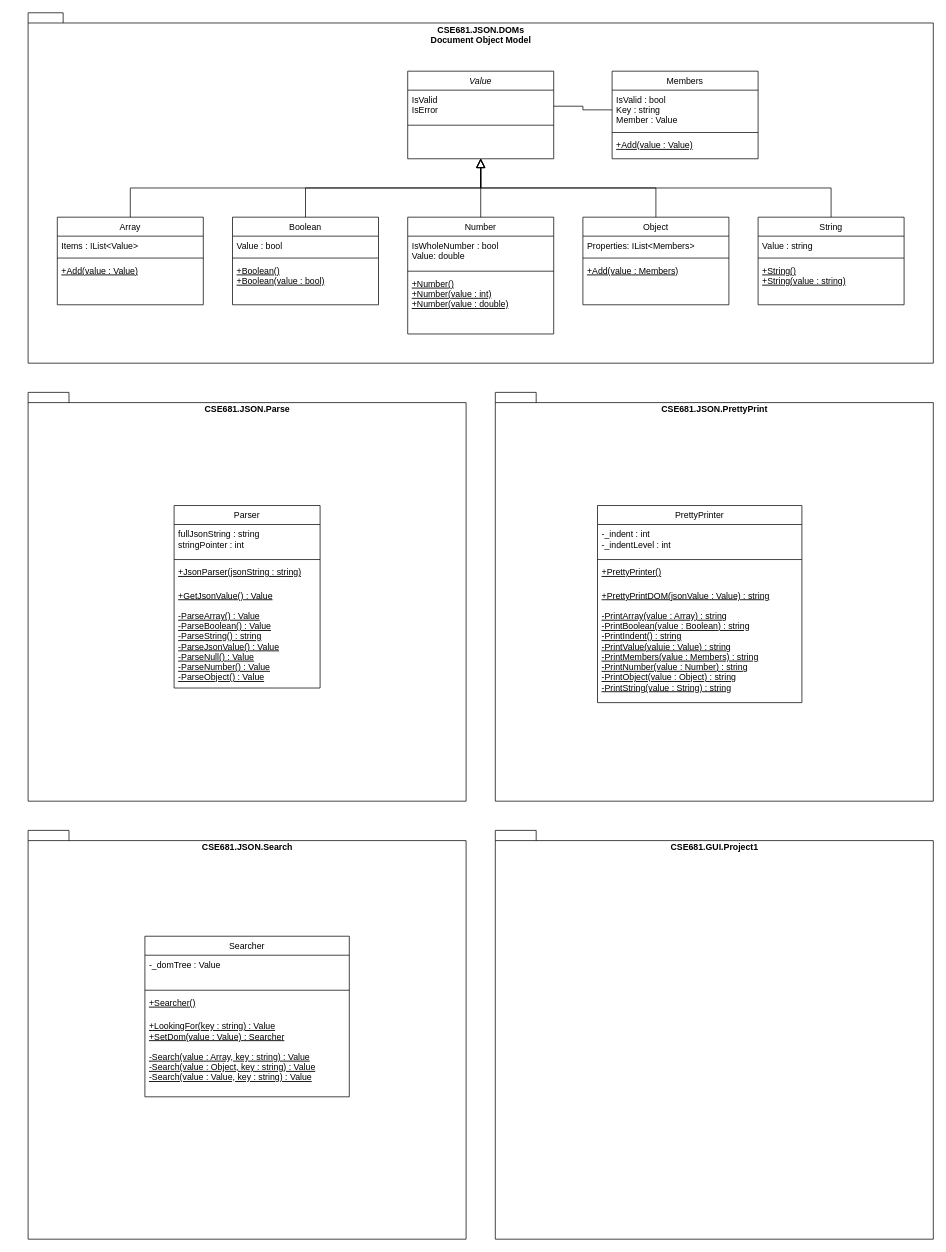
Above: CSE 681 - Project 1 - Patrick McDougle - Package Class Diagram - DOM.drawio in PatrickMcDougle/CSE681 (draw.io), before the change. Source tidied: cells renumbered, new cells numbered last; positions are measured from the earlier drawing's top-left corner, leaving out a move shared by most shapes. Both pictures are drawn from the tidied source at 73%, with x=0, y=0 at pixel (28, 12).
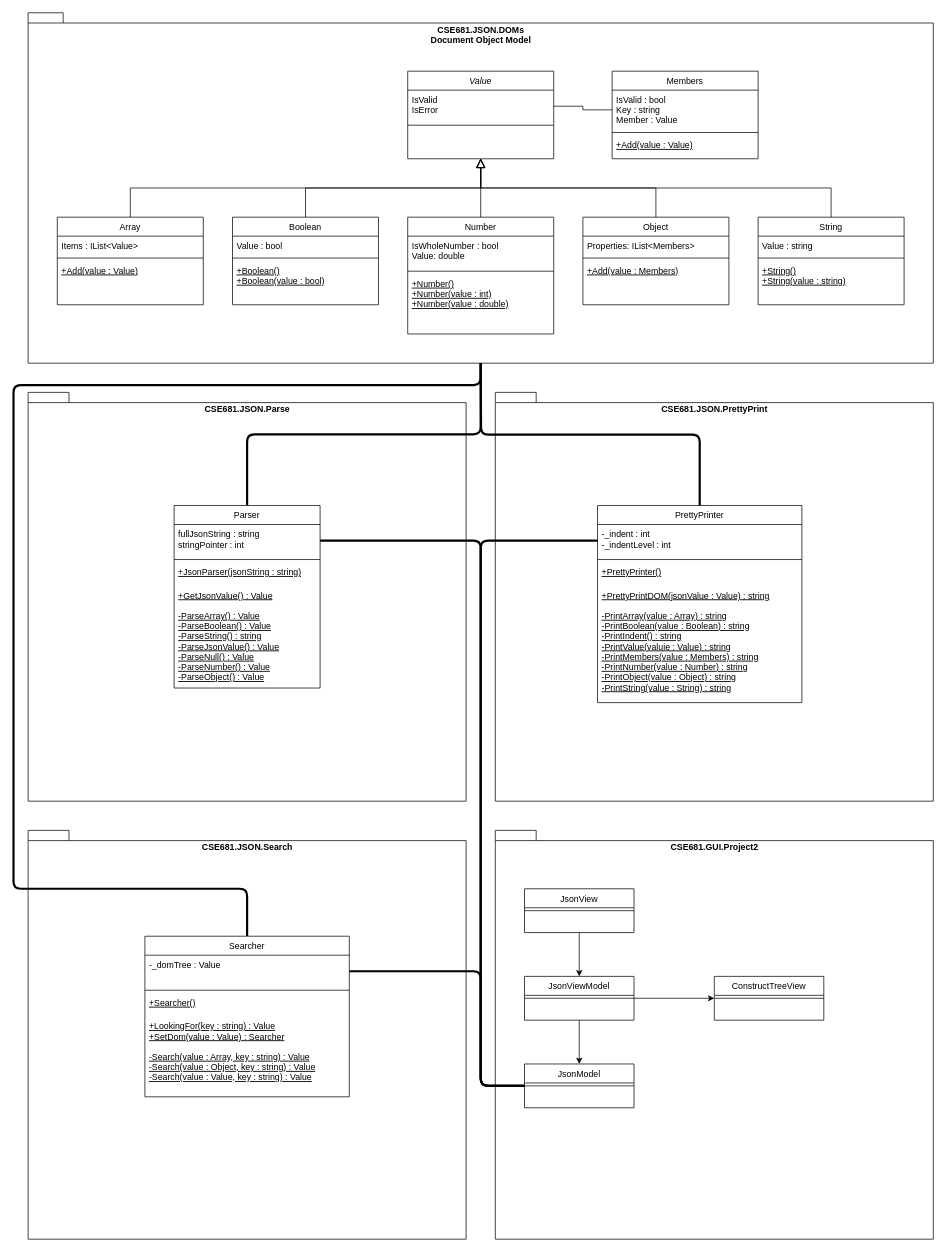
The same page after the edit.

The change refers to these unchanged cells:
```xml
<mxCell id="2" value="CSE681.JSON.DOMs&lt;div&gt;&lt;span&gt;Document Object Model&lt;/span&gt;&lt;/div&gt;" style="shape=folder;fontStyle=1;spacingTop=10;tabWidth=40;tabHeight=14;tabPosition=left;html=1;align=center;horizontal=1;verticalAlign=top;" parent="1" vertex="1">
  <mxGeometry width="1240" height="480" as="geometry" />
</mxCell>
<mxCell id="37" value="Parser" style="swimlane;fontStyle=0;align=center;verticalAlign=top;horizontal=1;startSize=26;rounded=0;shadow=0;strokeWidth=1;" parent="1" vertex="1">
  <mxGeometry x="200" y="675" width="200" height="250" as="geometry" />
</mxCell>
<mxCell id="38" value="fullJsonString : string&#10;stringPointer : int" style="text;align=left;verticalAlign=top;spacingLeft=4;spacingRight=4;overflow=hidden;points=[[0,0.5],[1,0.5]];portConstraint=eastwest;" parent="37" vertex="1">
  <mxGeometry y="26" width="200" height="44" as="geometry" />
</mxCell>
<mxCell id="43" value="PrettyPrinter" style="swimlane;fontStyle=0;align=center;verticalAlign=top;horizontal=1;startSize=26;rounded=0;shadow=0;strokeWidth=1;" parent="1" vertex="1">
  <mxGeometry x="780" y="675" width="280" height="270" as="geometry" />
</mxCell>
<mxCell id="44" value="-_indent : int&#10;-_indentLevel : int" style="text;align=left;verticalAlign=top;spacingLeft=4;spacingRight=4;overflow=hidden;points=[[0,0.5],[1,0.5]];portConstraint=eastwest;" parent="43" vertex="1">
  <mxGeometry y="26" width="280" height="44" as="geometry" />
</mxCell>
<mxCell id="50" value="Searcher" style="swimlane;fontStyle=0;align=center;verticalAlign=top;horizontal=1;startSize=26;rounded=0;shadow=0;strokeWidth=1;" parent="1" vertex="1">
  <mxGeometry x="160" y="1265" width="280" height="220" as="geometry" />
</mxCell>
<mxCell id="51" value="-_domTree : Value" style="text;align=left;verticalAlign=top;spacingLeft=4;spacingRight=4;overflow=hidden;points=[[0,0.5],[1,0.5]];portConstraint=eastwest;" parent="50" vertex="1">
  <mxGeometry y="26" width="280" height="44" as="geometry" />
</mxCell>
```

The edit, as a diff of the source:
```diff
@@
+    <mxCell id="55" style="edgeStyle=orthogonalEdgeStyle;rounded=1;jumpSize=10;jettySize=auto;html=1;exitX=0.5;exitY=0;exitDx=0;exitDy=0;entryX=0.5;entryY=1;entryDx=0;entryDy=0;entryPerimeter=0;endArrow=none;endFill=0;endSize=6;strokeWidth=3;" parent="1" edge="1" source="37" target="2">
+      <mxGeometry relative="1" as="geometry" />
+    </mxCell>
@@
+    <mxCell id="56" style="edgeStyle=orthogonalEdgeStyle;rounded=1;jumpSize=10;jettySize=auto;html=1;exitX=0.5;exitY=0;exitDx=0;exitDy=0;endArrow=none;endFill=0;endSize=6;strokeWidth=3;" parent="1" edge="1" source="43">
+      <mxGeometry relative="1" as="geometry">
+        <mxPoint x="620" y="480" as="targetPoint" />
+      </mxGeometry>
+    </mxCell>
@@
-    <mxCell id="49" value="CSE681.GUI.Project1" style="shape=folder;fontStyle=1;spacingTop=10;tabWidth=40;tabHeight=14;tabPosition=left;html=1;align=center;horizontal=1;verticalAlign=top;" parent="1" vertex="1">
+    <mxCell id="49" value="CSE681.GUI.Project2" style="shape=folder;fontStyle=1;spacingTop=10;tabWidth=40;tabHeight=14;tabPosition=left;html=1;align=center;horizontal=1;verticalAlign=top;" parent="1" vertex="1">
       <mxGeometry x="640" y="1120" width="600" height="560" as="geometry" />
     </mxCell>
+    <mxCell id="57" style="edgeStyle=orthogonalEdgeStyle;rounded=1;jumpSize=10;jettySize=auto;html=1;exitX=0.5;exitY=0;exitDx=0;exitDy=0;endArrow=none;endFill=0;endSize=6;strokeWidth=3;" parent="1" edge="1" source="50">
+      <mxGeometry relative="1" as="geometry">
+        <mxPoint x="620" y="480" as="targetPoint" />
+        <Array as="points">
+          <mxPoint x="300" y="1200" />
+          <mxPoint x="-20" y="1200" />
+          <mxPoint x="-20" y="510" />
+          <mxPoint x="620" y="510" />
+        </Array>
+      </mxGeometry>
+    </mxCell>
@@
+    <mxCell id="58" style="edgeStyle=orthogonalEdgeStyle;rounded=1;jumpSize=10;jettySize=auto;html=1;exitX=0;exitY=0.5;exitDx=0;exitDy=0;entryX=0;entryY=0.5;entryDx=0;entryDy=0;endArrow=none;endFill=0;endSize=6;strokeWidth=3;" parent="1" edge="1" source="59" target="44">
+      <mxGeometry relative="1" as="geometry">
+        <Array as="points">
+          <mxPoint x="620" y="1470" />
+          <mxPoint x="620" y="723" />
+        </Array>
+      </mxGeometry>
+    </mxCell>
+    <mxCell id="59" value="JsonModel" style="swimlane;fontStyle=0;align=center;verticalAlign=top;horizontal=1;startSize=26;rounded=0;shadow=0;strokeWidth=1;" parent="1" vertex="1">
+      <mxGeometry x="680" y="1440" width="150" height="60" as="geometry" />
+    </mxCell>
+    <mxCell id="60" style="line;html=1;strokeWidth=1;align=left;verticalAlign=middle;spacingTop=-1;spacingLeft=3;spacingRight=3;labelPosition=right;" parent="59" vertex="1">
+      <mxGeometry y="26" width="150" height="8" as="geometry" />
+    </mxCell>
+    <mxCell id="61" style="edgeStyle=none;rounded=0;jettySize=auto;html=1;exitX=0.5;exitY=1;exitDx=0;exitDy=0;entryX=0.5;entryY=0;entryDx=0;entryDy=0;" parent="1" edge="1" source="63" target="59">
+      <mxGeometry relative="1" as="geometry" />
+    </mxCell>
+    <mxCell id="62" style="edgeStyle=entityRelationEdgeStyle;rounded=0;jettySize=auto;html=1;exitX=1;exitY=0.5;exitDx=0;exitDy=0;entryX=0;entryY=0.5;entryDx=0;entryDy=0;" parent="1" edge="1" source="63" target="68">
+      <mxGeometry relative="1" as="geometry" />
+    </mxCell>
+    <mxCell id="63" value="JsonViewModel" style="swimlane;fontStyle=0;align=center;verticalAlign=top;horizontal=1;startSize=26;rounded=0;shadow=0;strokeWidth=1;" parent="1" vertex="1">
+      <mxGeometry x="680" y="1320" width="150" height="60" as="geometry" />
+    </mxCell>
+    <mxCell id="64" style="line;html=1;strokeWidth=1;align=left;verticalAlign=middle;spacingTop=-1;spacingLeft=3;spacingRight=3;labelPosition=right;" parent="63" vertex="1">
+      <mxGeometry y="26" width="150" height="8" as="geometry" />
+    </mxCell>
+    <mxCell id="65" style="edgeStyle=none;rounded=0;jettySize=auto;html=1;exitX=0.5;exitY=1;exitDx=0;exitDy=0;entryX=0.5;entryY=0;entryDx=0;entryDy=0;" parent="1" edge="1" source="66" target="63">
+      <mxGeometry relative="1" as="geometry" />
+    </mxCell>
+    <mxCell id="66" value="JsonView" style="swimlane;fontStyle=0;align=center;verticalAlign=top;horizontal=1;startSize=26;rounded=0;shadow=0;strokeWidth=1;" parent="1" vertex="1">
+      <mxGeometry x="680" y="1200" width="150" height="60" as="geometry" />
+    </mxCell>
+    <mxCell id="67" style="line;html=1;strokeWidth=1;align=left;verticalAlign=middle;spacingTop=-1;spacingLeft=3;spacingRight=3;labelPosition=right;" parent="66" vertex="1">
+      <mxGeometry y="26" width="150" height="8" as="geometry" />
+    </mxCell>
+    <mxCell id="68" value="ConstructTreeView" style="swimlane;fontStyle=0;align=center;verticalAlign=top;horizontal=1;startSize=26;rounded=0;shadow=0;strokeWidth=1;" parent="1" vertex="1">
+      <mxGeometry x="940" y="1320" width="150" height="60" as="geometry" />
+    </mxCell>
+    <mxCell id="69" style="line;html=1;strokeWidth=1;align=left;verticalAlign=middle;spacingTop=-1;spacingLeft=3;spacingRight=3;labelPosition=right;" parent="68" vertex="1">
+      <mxGeometry y="26" width="150" height="8" as="geometry" />
+    </mxCell>
+    <mxCell id="70" style="edgeStyle=orthogonalEdgeStyle;rounded=1;jumpSize=10;jettySize=auto;html=1;exitX=1;exitY=0.5;exitDx=0;exitDy=0;entryX=0;entryY=0.5;entryDx=0;entryDy=0;endArrow=none;endFill=0;endSize=6;strokeWidth=3;" parent="1" edge="1" source="38" target="59">
+      <mxGeometry relative="1" as="geometry">
+        <Array as="points">
+          <mxPoint x="620" y="723" />
+          <mxPoint x="620" y="1470" />
+        </Array>
+      </mxGeometry>
+    </mxCell>
+    <mxCell id="71" style="edgeStyle=orthogonalEdgeStyle;rounded=1;jumpSize=10;jettySize=auto;html=1;exitX=1;exitY=0.5;exitDx=0;exitDy=0;endArrow=none;endFill=0;endSize=6;strokeWidth=3;" parent="1" edge="1" source="51">
+      <mxGeometry relative="1" as="geometry">
+        <mxPoint x="680" y="1470" as="targetPoint" />
+        <Array as="points">
+          <mxPoint x="620" y="1313" />
+          <mxPoint x="620" y="1470" />
+        </Array>
+      </mxGeometry>
+    </mxCell>
```
